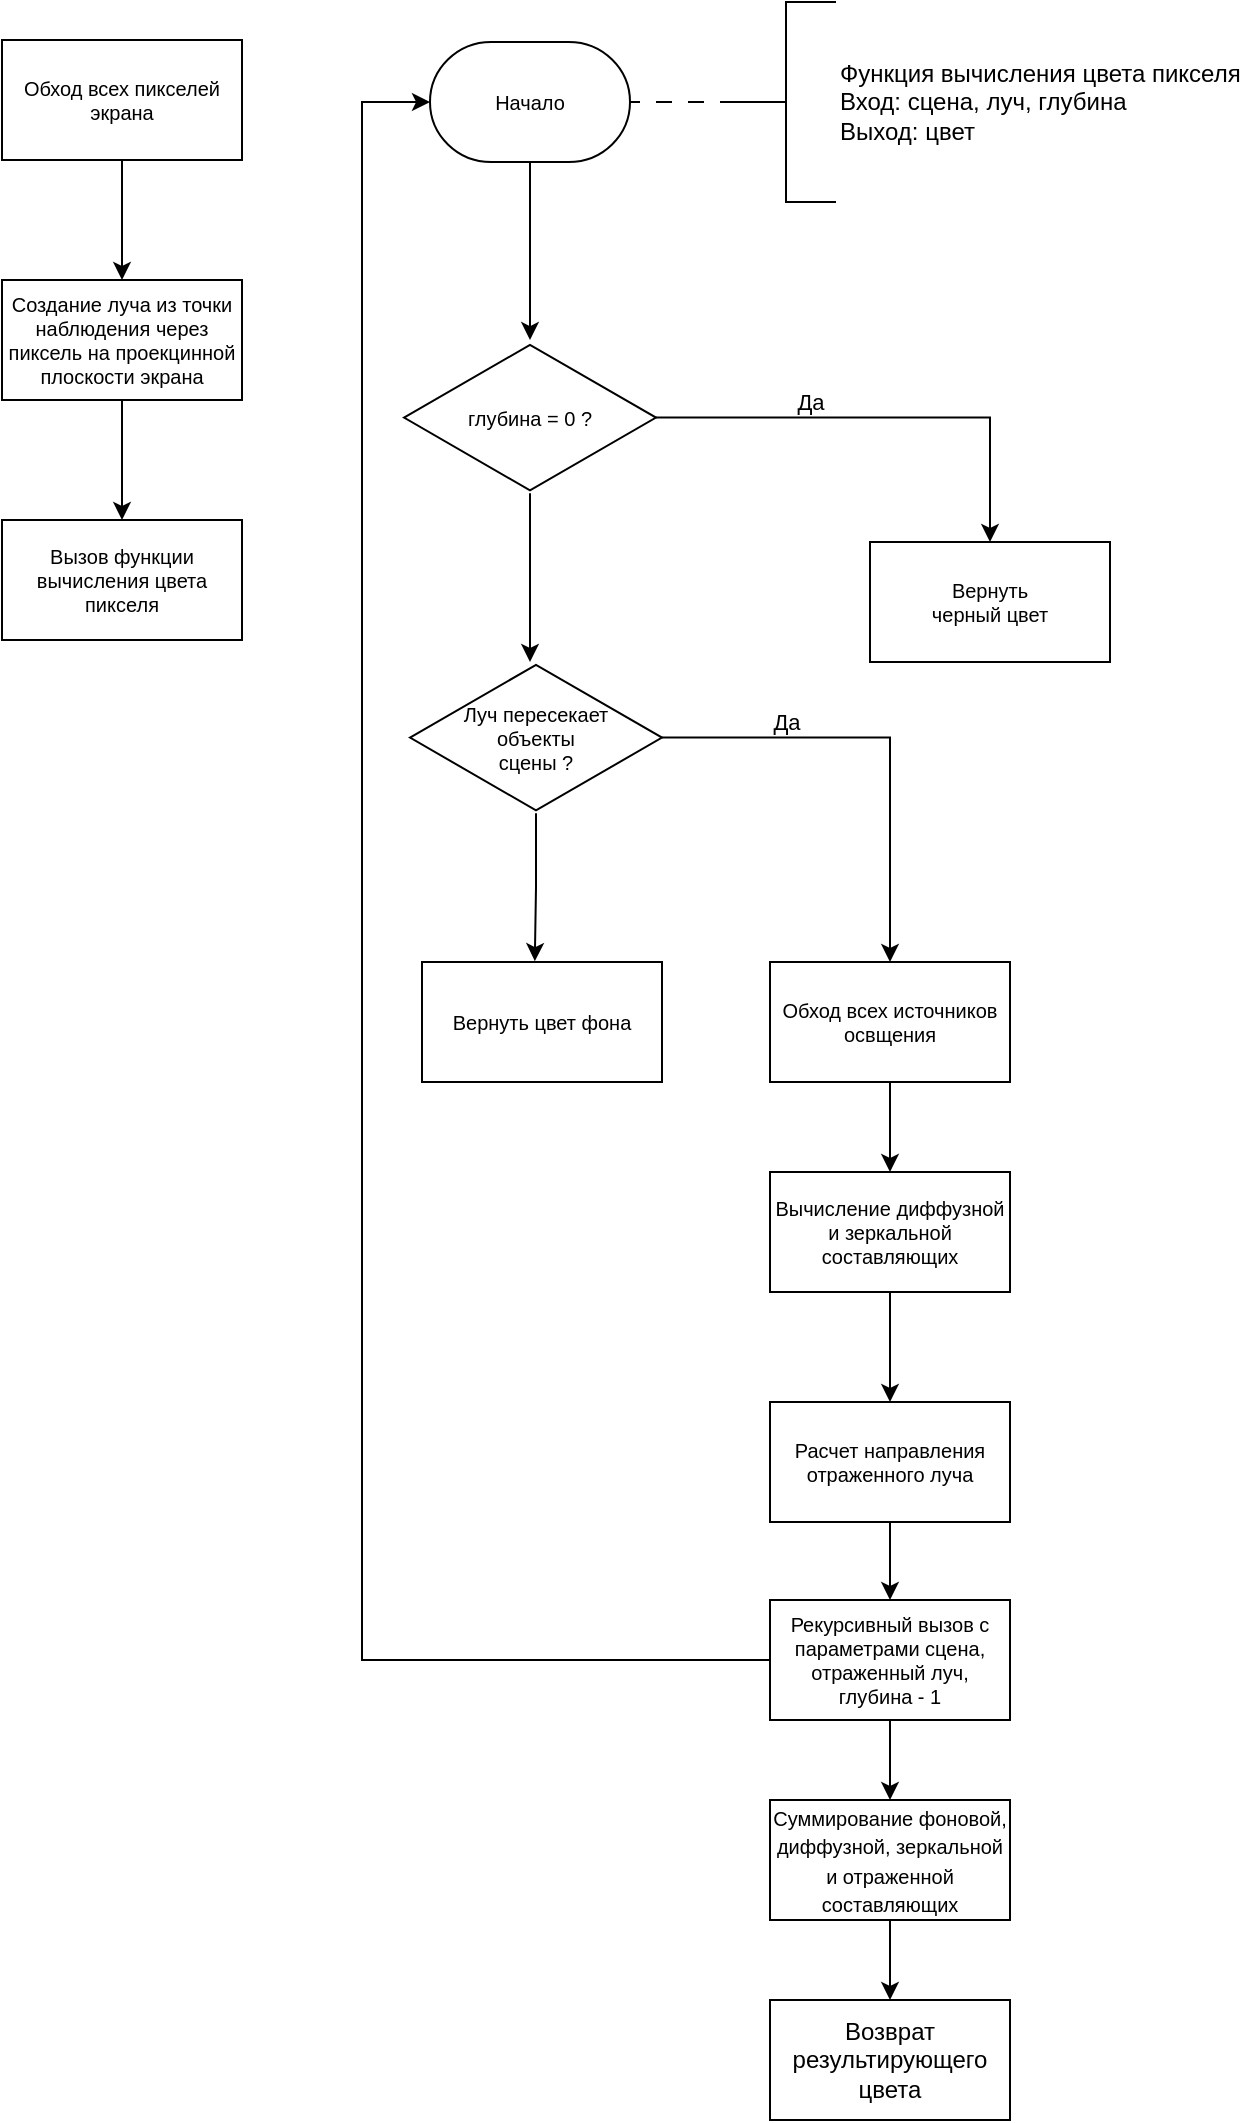
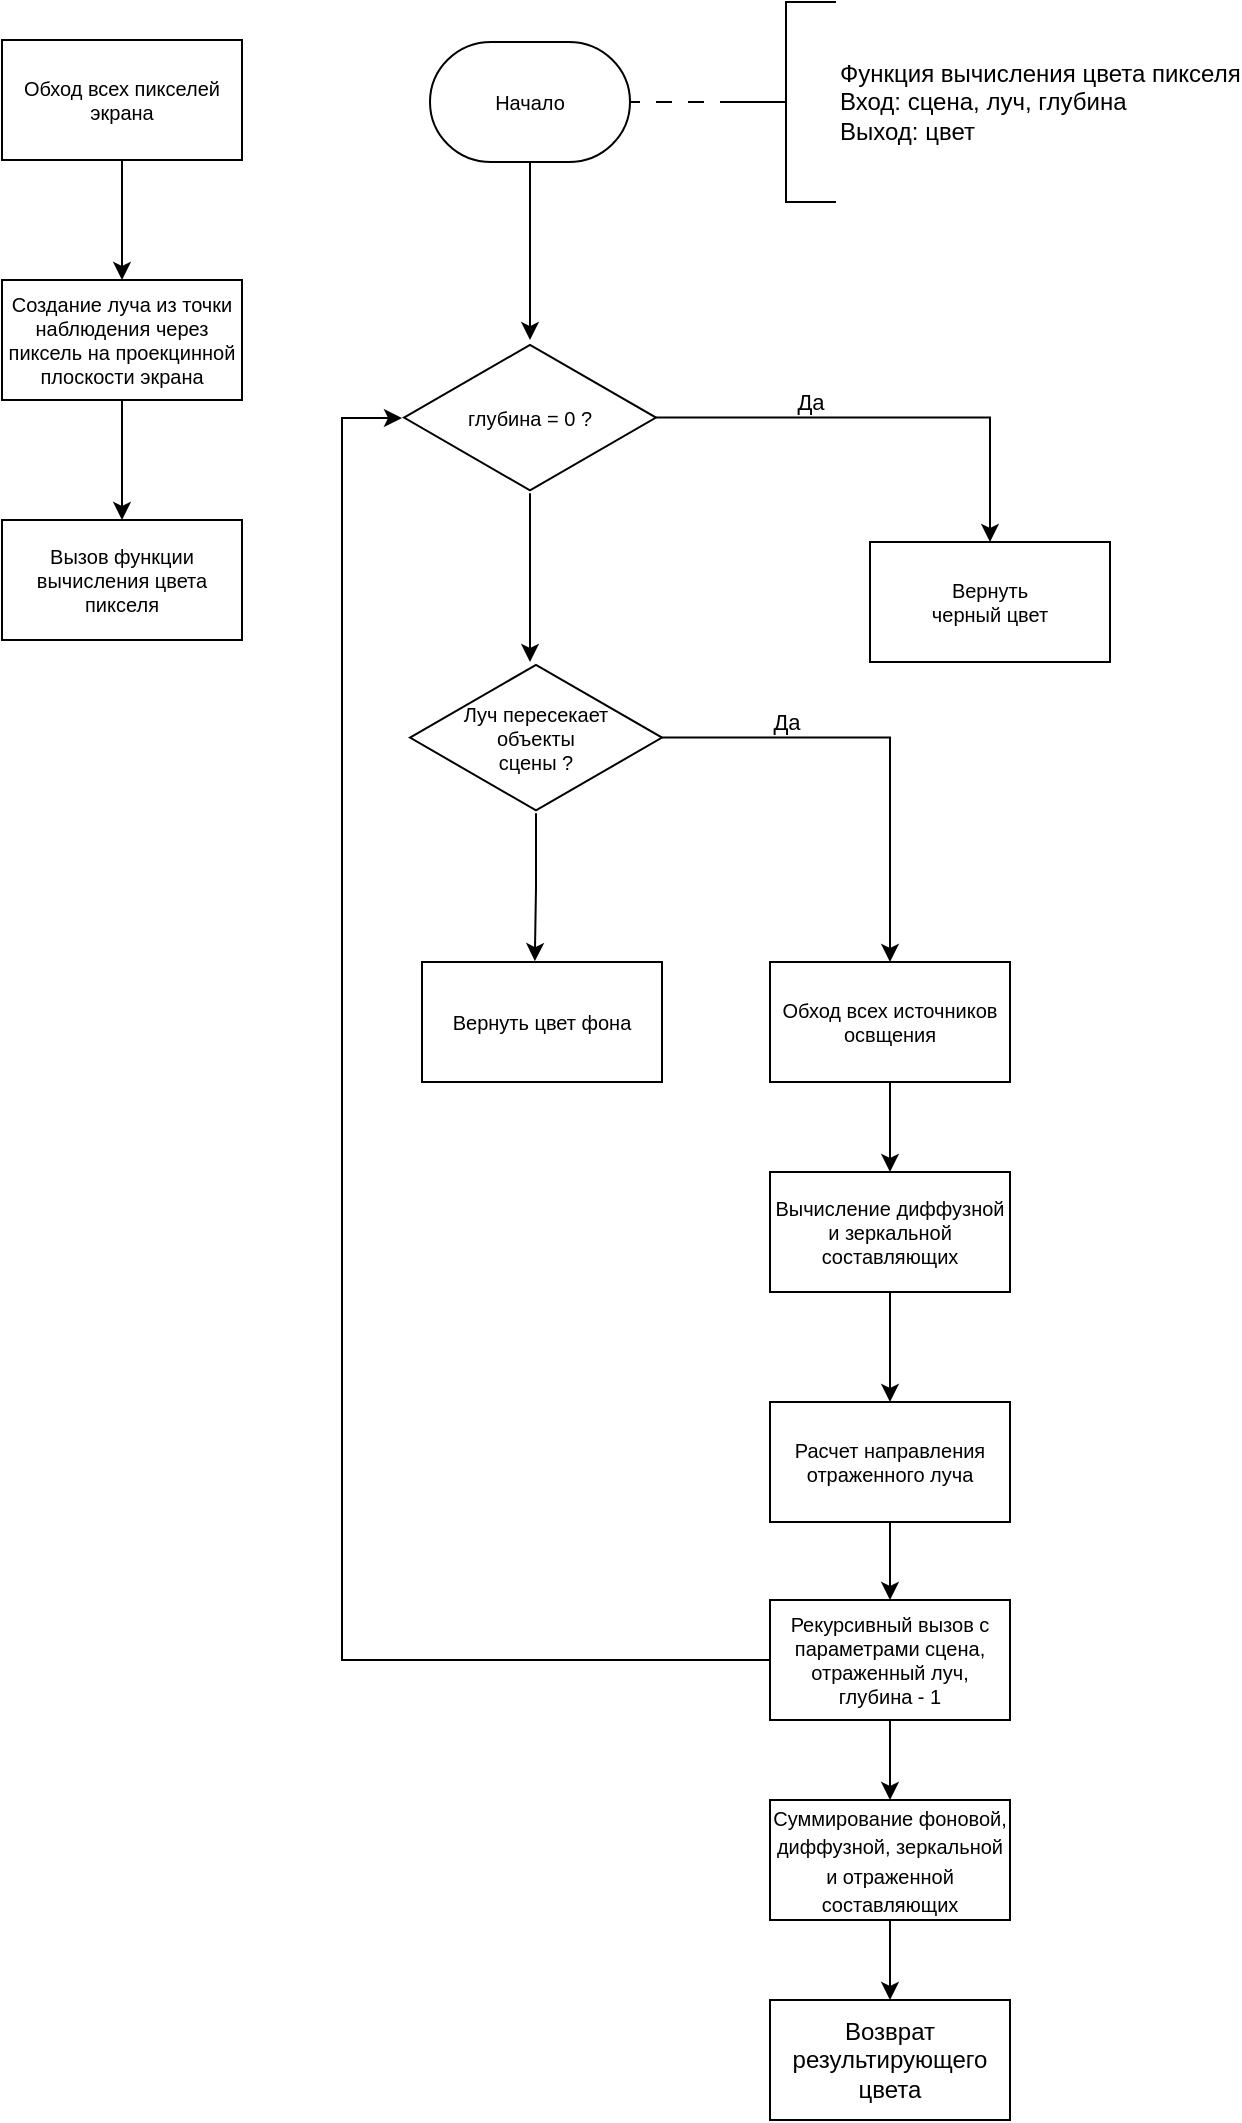
<mxfile host="Electron" agent="Mozilla/5.0 (Windows NT 10.0; Win64; x64) AppleWebKit/537.36 (KHTML, like Gecko) draw.io/26.0.9 Chrome/128.0.6613.186 Electron/32.2.5 Safari/537.36" version="26.0.9">
  <diagram name="Страница — 1" id="JgPFXq7IQemjubNMsndn">
-     <mxGraphModel dx="2607" dy="1520" grid="1" gridSize="10" guides="1" tooltips="1" connect="1" arrows="1" fold="1" page="1" pageScale="1" pageWidth="827" pageHeight="1169" math="0" shadow="0">
+     <mxGraphModel dx="1793" dy="1045" grid="1" gridSize="10" guides="1" tooltips="1" connect="1" arrows="1" fold="1" page="1" pageScale="1" pageWidth="827" pageHeight="1169" math="0" shadow="0">
      <root>
        <mxCell id="0" />
        <mxCell id="1" parent="0" />
-         <mxCell id="PTgwIgAsGBQvlemEZ9Fp-4" value="Вернуть цвет фона" style="whiteSpace=wrap;html=1;rounded=0;fontSize=10;" vertex="1" parent="1">
+         <mxCell id="PTgwIgAsGBQvlemEZ9Fp-4" value="Вернуть цвет фона" style="whiteSpace=wrap;html=1;rounded=0;fontSize=10;" parent="1" vertex="1">
          <mxGeometry x="250" y="501" width="120" height="60" as="geometry" />
        </mxCell>
-         <mxCell id="PTgwIgAsGBQvlemEZ9Fp-18" value="" style="edgeStyle=orthogonalEdgeStyle;rounded=0;orthogonalLoop=1;jettySize=auto;html=1;" edge="1" parent="1" source="PTgwIgAsGBQvlemEZ9Fp-6" target="PTgwIgAsGBQvlemEZ9Fp-17">
+         <mxCell id="PTgwIgAsGBQvlemEZ9Fp-18" value="" style="edgeStyle=orthogonalEdgeStyle;rounded=0;orthogonalLoop=1;jettySize=auto;html=1;" parent="1" source="PTgwIgAsGBQvlemEZ9Fp-6" target="PTgwIgAsGBQvlemEZ9Fp-17" edge="1">
          <mxGeometry relative="1" as="geometry" />
        </mxCell>
-         <mxCell id="PTgwIgAsGBQvlemEZ9Fp-6" value="Обход всех источников освщения" style="whiteSpace=wrap;html=1;rounded=0;fontSize=10;" vertex="1" parent="1">
+         <mxCell id="PTgwIgAsGBQvlemEZ9Fp-6" value="Обход всех источников освщения" style="whiteSpace=wrap;html=1;rounded=0;fontSize=10;" parent="1" vertex="1">
          <mxGeometry x="424" y="501" width="120" height="60" as="geometry" />
        </mxCell>
-         <mxCell id="PTgwIgAsGBQvlemEZ9Fp-15" value="" style="edgeStyle=orthogonalEdgeStyle;rounded=0;orthogonalLoop=1;jettySize=auto;html=1;" edge="1" parent="1" source="PTgwIgAsGBQvlemEZ9Fp-13" target="PTgwIgAsGBQvlemEZ9Fp-14">
+         <mxCell id="PTgwIgAsGBQvlemEZ9Fp-15" value="" style="edgeStyle=orthogonalEdgeStyle;rounded=0;orthogonalLoop=1;jettySize=auto;html=1;" parent="1" source="PTgwIgAsGBQvlemEZ9Fp-13" target="PTgwIgAsGBQvlemEZ9Fp-14" edge="1">
          <mxGeometry relative="1" as="geometry" />
        </mxCell>
-         <mxCell id="PTgwIgAsGBQvlemEZ9Fp-13" value="Обход всех пикселей экрана" style="rounded=0;whiteSpace=wrap;html=1;fontSize=10;" vertex="1" parent="1">
+         <mxCell id="PTgwIgAsGBQvlemEZ9Fp-13" value="Обход всех пикселей экрана" style="rounded=0;whiteSpace=wrap;html=1;fontSize=10;" parent="1" vertex="1">
          <mxGeometry x="40" y="40" width="120" height="60" as="geometry" />
        </mxCell>
-         <mxCell id="PTgwIgAsGBQvlemEZ9Fp-22" value="" style="edgeStyle=orthogonalEdgeStyle;rounded=0;orthogonalLoop=1;jettySize=auto;html=1;" edge="1" parent="1" source="PTgwIgAsGBQvlemEZ9Fp-14" target="PTgwIgAsGBQvlemEZ9Fp-21">
+         <mxCell id="PTgwIgAsGBQvlemEZ9Fp-22" value="" style="edgeStyle=orthogonalEdgeStyle;rounded=0;orthogonalLoop=1;jettySize=auto;html=1;" parent="1" source="PTgwIgAsGBQvlemEZ9Fp-14" target="PTgwIgAsGBQvlemEZ9Fp-21" edge="1">
          <mxGeometry relative="1" as="geometry" />
        </mxCell>
-         <mxCell id="PTgwIgAsGBQvlemEZ9Fp-14" value="Создание луча из точки наблюдения через пиксель на проекцинной плоскости экрана" style="whiteSpace=wrap;html=1;rounded=0;fontSize=10;" vertex="1" parent="1">
+         <mxCell id="PTgwIgAsGBQvlemEZ9Fp-14" value="Создание луча из точки наблюдения через пиксель на проекцинной плоскости экрана" style="whiteSpace=wrap;html=1;rounded=0;fontSize=10;" parent="1" vertex="1">
          <mxGeometry x="40" y="160" width="120" height="60" as="geometry" />
        </mxCell>
-         <mxCell id="PTgwIgAsGBQvlemEZ9Fp-20" value="" style="edgeStyle=orthogonalEdgeStyle;rounded=0;orthogonalLoop=1;jettySize=auto;html=1;" edge="1" parent="1" source="PTgwIgAsGBQvlemEZ9Fp-17" target="PTgwIgAsGBQvlemEZ9Fp-19">
+         <mxCell id="PTgwIgAsGBQvlemEZ9Fp-20" value="" style="edgeStyle=orthogonalEdgeStyle;rounded=0;orthogonalLoop=1;jettySize=auto;html=1;" parent="1" source="PTgwIgAsGBQvlemEZ9Fp-17" target="PTgwIgAsGBQvlemEZ9Fp-19" edge="1">
          <mxGeometry relative="1" as="geometry" />
        </mxCell>
-         <mxCell id="PTgwIgAsGBQvlemEZ9Fp-17" value="Вычисление диффузной и зеркальной составляющих" style="whiteSpace=wrap;html=1;rounded=0;fontSize=10;" vertex="1" parent="1">
+         <mxCell id="PTgwIgAsGBQvlemEZ9Fp-17" value="Вычисление диффузной и зеркальной составляющих" style="whiteSpace=wrap;html=1;rounded=0;fontSize=10;" parent="1" vertex="1">
          <mxGeometry x="424" y="606" width="120" height="60" as="geometry" />
        </mxCell>
-         <mxCell id="PTgwIgAsGBQvlemEZ9Fp-40" value="" style="edgeStyle=orthogonalEdgeStyle;rounded=0;orthogonalLoop=1;jettySize=auto;html=1;" edge="1" parent="1" source="PTgwIgAsGBQvlemEZ9Fp-19" target="PTgwIgAsGBQvlemEZ9Fp-39">
+         <mxCell id="PTgwIgAsGBQvlemEZ9Fp-40" value="" style="edgeStyle=orthogonalEdgeStyle;rounded=0;orthogonalLoop=1;jettySize=auto;html=1;" parent="1" source="PTgwIgAsGBQvlemEZ9Fp-19" target="PTgwIgAsGBQvlemEZ9Fp-39" edge="1">
          <mxGeometry relative="1" as="geometry" />
        </mxCell>
-         <mxCell id="PTgwIgAsGBQvlemEZ9Fp-19" value="Расчет направления отраженного луча" style="whiteSpace=wrap;html=1;rounded=0;fontSize=10;" vertex="1" parent="1">
+         <mxCell id="PTgwIgAsGBQvlemEZ9Fp-19" value="Расчет направления отраженного луча" style="whiteSpace=wrap;html=1;rounded=0;fontSize=10;" parent="1" vertex="1">
          <mxGeometry x="424" y="721" width="120" height="60" as="geometry" />
        </mxCell>
-         <mxCell id="PTgwIgAsGBQvlemEZ9Fp-21" value="Вызов функции вычисления цвета пикселя" style="whiteSpace=wrap;html=1;rounded=0;fontSize=10;" vertex="1" parent="1">
+         <mxCell id="PTgwIgAsGBQvlemEZ9Fp-21" value="Вызов функции вычисления цвета пикселя" style="whiteSpace=wrap;html=1;rounded=0;fontSize=10;" parent="1" vertex="1">
          <mxGeometry x="40" y="280" width="120" height="60" as="geometry" />
        </mxCell>
-         <mxCell id="PTgwIgAsGBQvlemEZ9Fp-23" value="Начало" style="strokeWidth=1;html=1;shape=mxgraph.flowchart.terminator;whiteSpace=wrap;fontSize=10;" vertex="1" parent="1">
+         <mxCell id="PTgwIgAsGBQvlemEZ9Fp-23" value="Начало" style="strokeWidth=1;html=1;shape=mxgraph.flowchart.terminator;whiteSpace=wrap;fontSize=10;" parent="1" vertex="1">
          <mxGeometry x="254" y="41" width="100" height="60" as="geometry" />
        </mxCell>
-         <mxCell id="PTgwIgAsGBQvlemEZ9Fp-25" value="" style="edgeStyle=orthogonalEdgeStyle;rounded=0;orthogonalLoop=1;jettySize=auto;html=1;endArrow=none;startFill=0;dashed=1;dashPattern=8 8;" edge="1" parent="1" source="PTgwIgAsGBQvlemEZ9Fp-24" target="PTgwIgAsGBQvlemEZ9Fp-23">
+         <mxCell id="PTgwIgAsGBQvlemEZ9Fp-25" value="" style="edgeStyle=orthogonalEdgeStyle;rounded=0;orthogonalLoop=1;jettySize=auto;html=1;endArrow=none;startFill=0;dashed=1;dashPattern=8 8;" parent="1" source="PTgwIgAsGBQvlemEZ9Fp-24" target="PTgwIgAsGBQvlemEZ9Fp-23" edge="1">
          <mxGeometry relative="1" as="geometry" />
        </mxCell>
-         <mxCell id="PTgwIgAsGBQvlemEZ9Fp-24" value="Функция вычисления цвета пикселя&lt;div&gt;Вход: сцена, луч, глубина&lt;/div&gt;&lt;div&gt;Выход: цвет&lt;/div&gt;" style="strokeWidth=1;html=1;shape=mxgraph.flowchart.annotation_2;align=left;labelPosition=right;pointerEvents=1;" vertex="1" parent="1">
+         <mxCell id="PTgwIgAsGBQvlemEZ9Fp-24" value="Функция вычисления цвета пикселя&lt;div&gt;Вход: сцена, луч, глубина&lt;/div&gt;&lt;div&gt;Выход: цвет&lt;/div&gt;" style="strokeWidth=1;html=1;shape=mxgraph.flowchart.annotation_2;align=left;labelPosition=right;pointerEvents=1;" parent="1" vertex="1">
          <mxGeometry x="407" y="21" width="50" height="100" as="geometry" />
        </mxCell>
-         <mxCell id="PTgwIgAsGBQvlemEZ9Fp-29" style="edgeStyle=orthogonalEdgeStyle;rounded=0;orthogonalLoop=1;jettySize=auto;html=1;entryX=0.5;entryY=0;entryDx=0;entryDy=0;" edge="1" parent="1" source="PTgwIgAsGBQvlemEZ9Fp-28" target="PTgwIgAsGBQvlemEZ9Fp-6">
+         <mxCell id="PTgwIgAsGBQvlemEZ9Fp-29" style="edgeStyle=orthogonalEdgeStyle;rounded=0;orthogonalLoop=1;jettySize=auto;html=1;entryX=0.5;entryY=0;entryDx=0;entryDy=0;" parent="1" source="PTgwIgAsGBQvlemEZ9Fp-28" target="PTgwIgAsGBQvlemEZ9Fp-6" edge="1">
          <mxGeometry relative="1" as="geometry" />
        </mxCell>
-         <mxCell id="PTgwIgAsGBQvlemEZ9Fp-38" value="Да" style="edgeLabel;html=1;align=center;verticalAlign=middle;resizable=0;points=[];" vertex="1" connectable="0" parent="PTgwIgAsGBQvlemEZ9Fp-29">
+         <mxCell id="PTgwIgAsGBQvlemEZ9Fp-38" value="Да" style="edgeLabel;html=1;align=center;verticalAlign=middle;resizable=0;points=[];" parent="PTgwIgAsGBQvlemEZ9Fp-29" vertex="1" connectable="0">
          <mxGeometry x="-0.5113" y="3" relative="1" as="geometry">
            <mxPoint x="6" y="-5" as="offset" />
          </mxGeometry>
        </mxCell>
-         <mxCell id="PTgwIgAsGBQvlemEZ9Fp-28" value="&lt;font&gt;Луч пересекает&lt;/font&gt;&lt;div&gt;&lt;font&gt;объекты&lt;/font&gt;&lt;/div&gt;&lt;div&gt;&lt;font&gt;сцены ?&lt;/font&gt;&lt;/div&gt;" style="html=1;whiteSpace=wrap;aspect=fixed;shape=isoRectangle;fontSize=10;" vertex="1" parent="1">
+         <mxCell id="PTgwIgAsGBQvlemEZ9Fp-28" value="&lt;font&gt;Луч пересекает&lt;/font&gt;&lt;div&gt;&lt;font&gt;объекты&lt;/font&gt;&lt;/div&gt;&lt;div&gt;&lt;font&gt;сцены ?&lt;/font&gt;&lt;/div&gt;" style="html=1;whiteSpace=wrap;aspect=fixed;shape=isoRectangle;fontSize=10;" parent="1" vertex="1">
          <mxGeometry x="244" y="351" width="126" height="75.6" as="geometry" />
        </mxCell>
-         <mxCell id="PTgwIgAsGBQvlemEZ9Fp-30" style="edgeStyle=orthogonalEdgeStyle;rounded=0;orthogonalLoop=1;jettySize=auto;html=1;entryX=0.47;entryY=-0.007;entryDx=0;entryDy=0;entryPerimeter=0;" edge="1" parent="1" source="PTgwIgAsGBQvlemEZ9Fp-28" target="PTgwIgAsGBQvlemEZ9Fp-4">
+         <mxCell id="PTgwIgAsGBQvlemEZ9Fp-30" style="edgeStyle=orthogonalEdgeStyle;rounded=0;orthogonalLoop=1;jettySize=auto;html=1;entryX=0.47;entryY=-0.007;entryDx=0;entryDy=0;entryPerimeter=0;" parent="1" source="PTgwIgAsGBQvlemEZ9Fp-28" target="PTgwIgAsGBQvlemEZ9Fp-4" edge="1">
          <mxGeometry relative="1" as="geometry" />
        </mxCell>
-         <mxCell id="PTgwIgAsGBQvlemEZ9Fp-35" value="" style="edgeStyle=orthogonalEdgeStyle;rounded=0;orthogonalLoop=1;jettySize=auto;html=1;" edge="1" parent="1" source="PTgwIgAsGBQvlemEZ9Fp-33" target="PTgwIgAsGBQvlemEZ9Fp-34">
+         <mxCell id="PTgwIgAsGBQvlemEZ9Fp-35" value="" style="edgeStyle=orthogonalEdgeStyle;rounded=0;orthogonalLoop=1;jettySize=auto;html=1;" parent="1" source="PTgwIgAsGBQvlemEZ9Fp-33" target="PTgwIgAsGBQvlemEZ9Fp-34" edge="1">
          <mxGeometry relative="1" as="geometry" />
        </mxCell>
-         <mxCell id="PTgwIgAsGBQvlemEZ9Fp-36" value="Да" style="edgeLabel;html=1;align=center;verticalAlign=middle;resizable=0;points=[];" vertex="1" connectable="0" parent="PTgwIgAsGBQvlemEZ9Fp-35">
+         <mxCell id="PTgwIgAsGBQvlemEZ9Fp-36" value="Да" style="edgeLabel;html=1;align=center;verticalAlign=middle;resizable=0;points=[];" parent="PTgwIgAsGBQvlemEZ9Fp-35" vertex="1" connectable="0">
          <mxGeometry x="-0.3322" y="-4" relative="1" as="geometry">
            <mxPoint y="-12" as="offset" />
          </mxGeometry>
        </mxCell>
-         <mxCell id="PTgwIgAsGBQvlemEZ9Fp-37" value="" style="edgeStyle=orthogonalEdgeStyle;rounded=0;orthogonalLoop=1;jettySize=auto;html=1;" edge="1" parent="1" source="PTgwIgAsGBQvlemEZ9Fp-33" target="PTgwIgAsGBQvlemEZ9Fp-28">
+         <mxCell id="PTgwIgAsGBQvlemEZ9Fp-37" value="" style="edgeStyle=orthogonalEdgeStyle;rounded=0;orthogonalLoop=1;jettySize=auto;html=1;" parent="1" source="PTgwIgAsGBQvlemEZ9Fp-33" target="PTgwIgAsGBQvlemEZ9Fp-28" edge="1">
          <mxGeometry relative="1" as="geometry">
            <Array as="points">
              <mxPoint x="304" y="321" />
              <mxPoint x="304" y="321" />
            </Array>
          </mxGeometry>
        </mxCell>
-         <mxCell id="PTgwIgAsGBQvlemEZ9Fp-33" value="глубина = 0 ?" style="html=1;whiteSpace=wrap;aspect=fixed;shape=isoRectangle;fontSize=10;" vertex="1" parent="1">
+         <mxCell id="PTgwIgAsGBQvlemEZ9Fp-33" value="глубина = 0 ?" style="html=1;whiteSpace=wrap;aspect=fixed;shape=isoRectangle;fontSize=10;" parent="1" vertex="1">
          <mxGeometry x="241" y="191" width="126" height="75.6" as="geometry" />
        </mxCell>
-         <mxCell id="PTgwIgAsGBQvlemEZ9Fp-34" value="Вернуть&lt;div&gt;черный цвет&lt;/div&gt;" style="whiteSpace=wrap;html=1;fontSize=10;" vertex="1" parent="1">
+         <mxCell id="PTgwIgAsGBQvlemEZ9Fp-34" value="Вернуть&lt;div&gt;черный цвет&lt;/div&gt;" style="whiteSpace=wrap;html=1;fontSize=10;" parent="1" vertex="1">
          <mxGeometry x="474" y="291" width="120" height="60" as="geometry" />
        </mxCell>
-         <mxCell id="PTgwIgAsGBQvlemEZ9Fp-43" value="" style="edgeStyle=orthogonalEdgeStyle;rounded=0;orthogonalLoop=1;jettySize=auto;html=1;" edge="1" parent="1" source="PTgwIgAsGBQvlemEZ9Fp-39" target="PTgwIgAsGBQvlemEZ9Fp-42">
+         <mxCell id="PTgwIgAsGBQvlemEZ9Fp-43" value="" style="edgeStyle=orthogonalEdgeStyle;rounded=0;orthogonalLoop=1;jettySize=auto;html=1;" parent="1" source="PTgwIgAsGBQvlemEZ9Fp-39" target="PTgwIgAsGBQvlemEZ9Fp-42" edge="1">
          <mxGeometry relative="1" as="geometry" />
        </mxCell>
-         <mxCell id="PTgwIgAsGBQvlemEZ9Fp-39" value="Рекурсивный вызов с параметрами сцена, отраженный луч, глубина - 1" style="whiteSpace=wrap;html=1;rounded=0;fontSize=10;" vertex="1" parent="1">
+         <mxCell id="PTgwIgAsGBQvlemEZ9Fp-39" value="Рекурсивный вызов с параметрами сцена, отраженный луч, глубина - 1" style="whiteSpace=wrap;html=1;rounded=0;fontSize=10;" parent="1" vertex="1">
          <mxGeometry x="424" y="820" width="120" height="60" as="geometry" />
        </mxCell>
-         <mxCell id="PTgwIgAsGBQvlemEZ9Fp-41" style="edgeStyle=orthogonalEdgeStyle;rounded=0;orthogonalLoop=1;jettySize=auto;html=1;entryX=0;entryY=0.5;entryDx=0;entryDy=0;entryPerimeter=0;" edge="1" parent="1" source="PTgwIgAsGBQvlemEZ9Fp-39" target="PTgwIgAsGBQvlemEZ9Fp-23">
+         <mxCell id="PTgwIgAsGBQvlemEZ9Fp-46" style="edgeStyle=orthogonalEdgeStyle;rounded=0;orthogonalLoop=1;jettySize=auto;html=1;exitX=0.5;exitY=1;exitDx=0;exitDy=0;entryX=0.5;entryY=0;entryDx=0;entryDy=0;" parent="1" source="PTgwIgAsGBQvlemEZ9Fp-42" target="PTgwIgAsGBQvlemEZ9Fp-44" edge="1">
+           <mxGeometry relative="1" as="geometry" />
+         </mxCell>
+         <mxCell id="PTgwIgAsGBQvlemEZ9Fp-42" value="&lt;font style=&quot;font-size: 10px;&quot;&gt;Суммирование фоновой, диффузной, зеркальной и отраженной составляющих&lt;/font&gt;" style="whiteSpace=wrap;html=1;rounded=0;" parent="1" vertex="1">
+           <mxGeometry x="424" y="920" width="120" height="60" as="geometry" />
+         </mxCell>
+         <mxCell id="PTgwIgAsGBQvlemEZ9Fp-44" value="Возврат результирующего цвета" style="whiteSpace=wrap;html=1;rounded=0;" parent="1" vertex="1">
+           <mxGeometry x="424" y="1020" width="120" height="60" as="geometry" />
+         </mxCell>
+         <mxCell id="PTgwIgAsGBQvlemEZ9Fp-47" style="edgeStyle=orthogonalEdgeStyle;rounded=0;orthogonalLoop=1;jettySize=auto;html=1;entryX=0.5;entryY=-0.013;entryDx=0;entryDy=0;entryPerimeter=0;" parent="1" source="PTgwIgAsGBQvlemEZ9Fp-23" target="PTgwIgAsGBQvlemEZ9Fp-33" edge="1">
+           <mxGeometry relative="1" as="geometry" />
+         </mxCell>
+         <mxCell id="_MBhO8ekqR_m6X86OL6a-1" style="edgeStyle=orthogonalEdgeStyle;rounded=0;orthogonalLoop=1;jettySize=auto;html=1;exitX=0;exitY=0.5;exitDx=0;exitDy=0;entryX=-0.008;entryY=0.503;entryDx=0;entryDy=0;entryPerimeter=0;" edge="1" parent="1" source="PTgwIgAsGBQvlemEZ9Fp-39" target="PTgwIgAsGBQvlemEZ9Fp-33">
          <mxGeometry relative="1" as="geometry">
            <Array as="points">
-               <mxPoint x="220" y="850" />
-               <mxPoint x="220" y="71" />
+               <mxPoint x="210" y="850" />
+               <mxPoint x="210" y="229" />
            </Array>
          </mxGeometry>
-         </mxCell>
-         <mxCell id="PTgwIgAsGBQvlemEZ9Fp-46" style="edgeStyle=orthogonalEdgeStyle;rounded=0;orthogonalLoop=1;jettySize=auto;html=1;exitX=0.5;exitY=1;exitDx=0;exitDy=0;entryX=0.5;entryY=0;entryDx=0;entryDy=0;" edge="1" parent="1" source="PTgwIgAsGBQvlemEZ9Fp-42" target="PTgwIgAsGBQvlemEZ9Fp-44">
-           <mxGeometry relative="1" as="geometry" />
-         </mxCell>
-         <mxCell id="PTgwIgAsGBQvlemEZ9Fp-42" value="&lt;font style=&quot;font-size: 10px;&quot;&gt;Суммирование фоновой, диффузной, зеркальной и отраженной составляющих&lt;/font&gt;" style="whiteSpace=wrap;html=1;rounded=0;" vertex="1" parent="1">
-           <mxGeometry x="424" y="920" width="120" height="60" as="geometry" />
-         </mxCell>
-         <mxCell id="PTgwIgAsGBQvlemEZ9Fp-44" value="Возврат результирующего цвета" style="whiteSpace=wrap;html=1;rounded=0;" vertex="1" parent="1">
-           <mxGeometry x="424" y="1020" width="120" height="60" as="geometry" />
-         </mxCell>
-         <mxCell id="PTgwIgAsGBQvlemEZ9Fp-47" style="edgeStyle=orthogonalEdgeStyle;rounded=0;orthogonalLoop=1;jettySize=auto;html=1;entryX=0.5;entryY=-0.013;entryDx=0;entryDy=0;entryPerimeter=0;" edge="1" parent="1" source="PTgwIgAsGBQvlemEZ9Fp-23" target="PTgwIgAsGBQvlemEZ9Fp-33">
-           <mxGeometry relative="1" as="geometry" />
        </mxCell>
      </root>
    </mxGraphModel>
  </diagram>
</mxfile>
